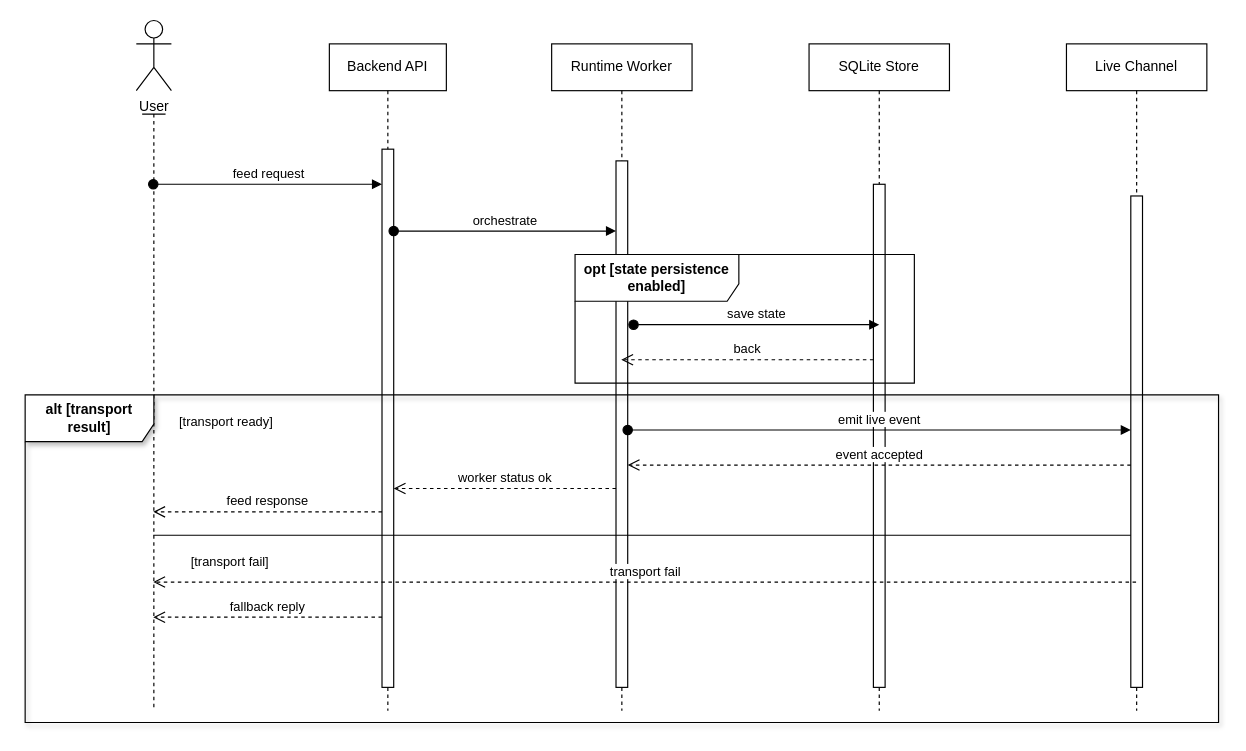
Before: report-latex/figures/drawio/chapter4_sequence.drawio in Salmen-BA21/Queue-Wait-Time-Estimation, a draw.io diagram. Source tidied: cells renumbered, new cells numbered last; positions are measured from the earlier drawing's top-left corner, leaving out a move shared by most shapes. Both pictures are drawn from the tidied source at 117%, with x=0, y=0 at pixel (25, 20).
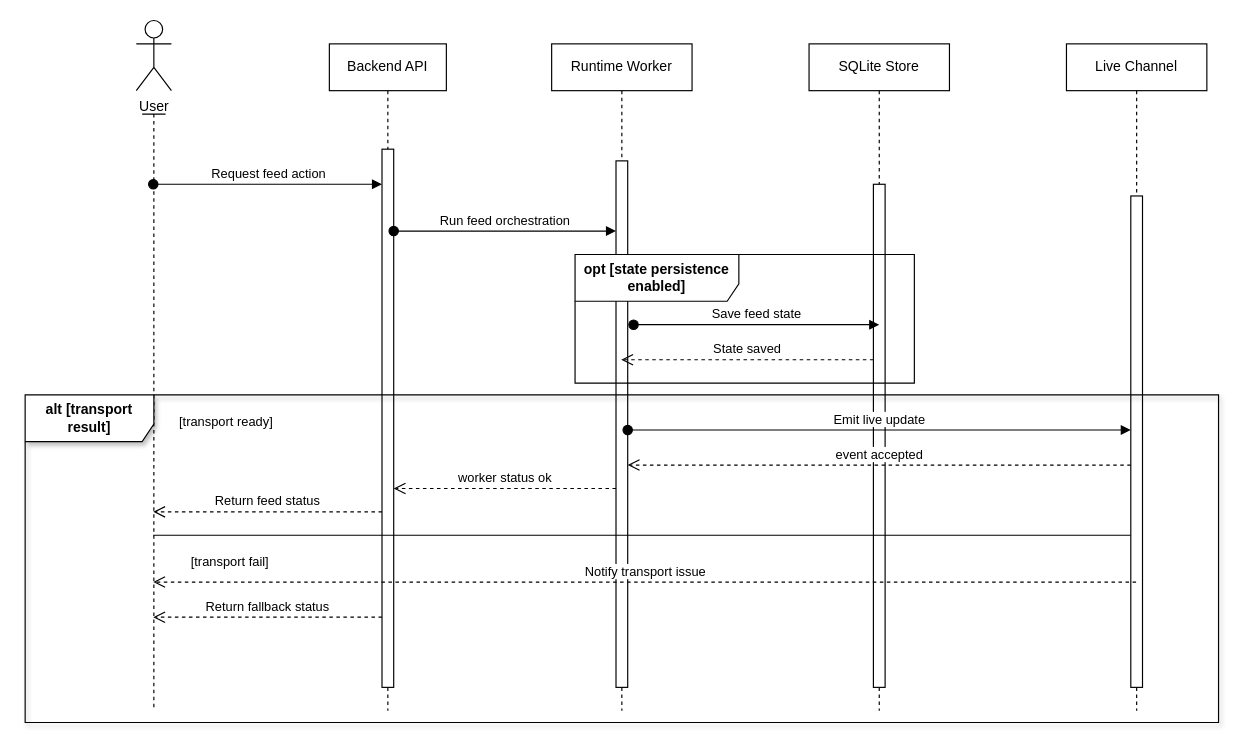
After the change.

Unchanged cells that the change refers to:
```xml
<mxCell id="3" style="html=1;points=[];perimeter=orthogonalPerimeter;outlineConnect=0;targetShapes=umlLifeline;portConstraint=eastwest;newEdgeStyle={&quot;edgeStyle&quot;:&quot;elbowEdgeStyle&quot;,&quot;elbow&quot;:&quot;vertical&quot;,&quot;curved&quot;:0,&quot;rounded&quot;:0};" parent="2" vertex="1">
  <mxGeometry x="45" y="90" width="10" height="460" as="geometry" />
</mxCell>
<mxCell id="4" value="Runtime Worker" style="shape=umlLifeline;perimeter=lifelinePerimeter;whiteSpace=wrap;html=1;outlineConnect=0;portConstraint=eastwest;newEdgeStyle={&quot;edgeStyle&quot;:&quot;elbowEdgeStyle&quot;,&quot;elbow&quot;:&quot;vertical&quot;,&quot;curved&quot;:0,&quot;rounded&quot;:0};" parent="1" vertex="1">
  <mxGeometry x="450" y="20" width="120" height="570" as="geometry" />
</mxCell>
<mxCell id="5" style="html=1;points=[];perimeter=orthogonalPerimeter;outlineConnect=0;targetShapes=umlLifeline;portConstraint=eastwest;newEdgeStyle={&quot;edgeStyle&quot;:&quot;elbowEdgeStyle&quot;,&quot;elbow&quot;:&quot;vertical&quot;,&quot;curved&quot;:0,&quot;rounded&quot;:0};" parent="4" vertex="1">
  <mxGeometry x="55" y="100" width="10" height="450" as="geometry" />
</mxCell>
<mxCell id="7" style="html=1;points=[];perimeter=orthogonalPerimeter;outlineConnect=0;targetShapes=umlLifeline;portConstraint=eastwest;newEdgeStyle={&quot;edgeStyle&quot;:&quot;elbowEdgeStyle&quot;,&quot;elbow&quot;:&quot;vertical&quot;,&quot;curved&quot;:0,&quot;rounded&quot;:0};" parent="6" vertex="1">
  <mxGeometry x="55" y="120" width="10" height="430" as="geometry" />
</mxCell>
<mxCell id="8" value="Live Channel" style="shape=umlLifeline;perimeter=lifelinePerimeter;whiteSpace=wrap;html=1;outlineConnect=0;portConstraint=eastwest;newEdgeStyle={&quot;edgeStyle&quot;:&quot;elbowEdgeStyle&quot;,&quot;elbow&quot;:&quot;vertical&quot;,&quot;curved&quot;:0,&quot;rounded&quot;:0};" parent="1" vertex="1">
  <mxGeometry x="890" y="20" width="120" height="570" as="geometry" />
</mxCell>
<mxCell id="9" style="html=1;points=[];perimeter=orthogonalPerimeter;outlineConnect=0;targetShapes=umlLifeline;portConstraint=eastwest;newEdgeStyle={&quot;edgeStyle&quot;:&quot;elbowEdgeStyle&quot;,&quot;elbow&quot;:&quot;vertical&quot;,&quot;curved&quot;:0,&quot;rounded&quot;:0};" parent="8" vertex="1">
  <mxGeometry x="55" y="130" width="10" height="420" as="geometry" />
</mxCell>
<mxCell id="24" style="shape=umlLifeline;perimeter=lifelinePerimeter;whiteSpace=wrap;html=1;outlineConnect=0;portConstraint=eastwest;newEdgeStyle={&quot;curved&quot;:0,&quot;rounded&quot;:0};participant=umlActor;size=0;" parent="1" vertex="1">
  <mxGeometry x="100" y="80" width="20" height="510" as="geometry" />
</mxCell>
```

Diff of the diagram source:
```diff
@@
-    <mxCell id="10" value="feed request" style="html=1;verticalAlign=bottom;startArrow=oval;endArrow=block;startSize=8;edgeStyle=elbowEdgeStyle;elbow=vertical;curved=0;rounded=0;" parent="1" edge="1" source="24" target="3">
+    <mxCell id="10" value="Request feed action" style="html=1;verticalAlign=bottom;startArrow=oval;endArrow=block;startSize=8;edgeStyle=elbowEdgeStyle;elbow=vertical;curved=0;rounded=0;" parent="1" edge="1" source="24" target="3">
       <mxGeometry relative="1" as="geometry">
         <Array as="points">
           <mxPoint x="230" y="140" />
         </Array>
       </mxGeometry>
     </mxCell>
-    <mxCell id="11" value="orchestrate" style="html=1;verticalAlign=bottom;startArrow=oval;endArrow=block;startSize=8;edgeStyle=elbowEdgeStyle;elbow=vertical;curved=0;rounded=0;" parent="1" edge="1" source="3" target="5">
+    <mxCell id="11" value="Run feed orchestration" style="html=1;verticalAlign=bottom;startArrow=oval;endArrow=block;startSize=8;edgeStyle=elbowEdgeStyle;elbow=vertical;curved=0;rounded=0;" parent="1" edge="1" source="3" target="5">
       <mxGeometry relative="1" as="geometry">
         <Array as="points">
           <mxPoint x="410" y="180" />
         </Array>
       </mxGeometry>
     </mxCell>
-    <mxCell id="12" value="save state" style="html=1;verticalAlign=bottom;startArrow=oval;endArrow=block;startSize=8;edgeStyle=elbowEdgeStyle;elbow=vertical;curved=0;rounded=0;" parent="1" edge="1">
+    <mxCell id="12" value="Save feed state" style="html=1;verticalAlign=bottom;startArrow=oval;endArrow=block;startSize=8;edgeStyle=elbowEdgeStyle;elbow=vertical;curved=0;rounded=0;" parent="1" edge="1">
       <mxGeometry relative="1" as="geometry">
         <mxPoint x="520" y="260" as="sourcePoint" />
         <mxPoint x="730" y="260" as="targetPoint" />
       </mxGeometry>
     </mxCell>
-    <mxCell id="13" value="back" style="html=1;verticalAlign=bottom;endArrow=open;dashed=1;endSize=8;edgeStyle=elbowEdgeStyle;elbow=vertical;curved=0;rounded=0;" parent="1" edge="1" source="7" target="4">
+    <mxCell id="13" value="State saved" style="html=1;verticalAlign=bottom;endArrow=open;dashed=1;endSize=8;edgeStyle=elbowEdgeStyle;elbow=vertical;curved=0;rounded=0;" parent="1" edge="1" source="7" target="4">
       <mxGeometry relative="1" as="geometry">
         <Array as="points">
           <mxPoint x="660" y="290" />
         </Array>
       </mxGeometry>
     </mxCell>
-    <mxCell id="14" value="emit live event" style="html=1;verticalAlign=bottom;startArrow=oval;endArrow=block;startSize=8;edgeStyle=elbowEdgeStyle;elbow=vertical;curved=0;rounded=0;" parent="1" edge="1" source="5" target="9">
+    <mxCell id="14" value="Emit live update" style="html=1;verticalAlign=bottom;startArrow=oval;endArrow=block;startSize=8;edgeStyle=elbowEdgeStyle;elbow=vertical;curved=0;rounded=0;" parent="1" edge="1" source="5" target="9">
       <mxGeometry relative="1" as="geometry">
         <Array as="points">
           <mxPoint x="650" y="350" />
         </Array>
       </mxGeometry>
     </mxCell>
-    <mxCell id="15" value="feed response" style="html=1;verticalAlign=bottom;endArrow=open;dashed=1;endSize=8;edgeStyle=elbowEdgeStyle;elbow=vertical;curved=0;rounded=0;" parent="1" edge="1" source="3" target="24">
+    <mxCell id="15" value="Return feed status" style="html=1;verticalAlign=bottom;endArrow=open;dashed=1;endSize=8;edgeStyle=elbowEdgeStyle;elbow=vertical;curved=0;rounded=0;" parent="1" edge="1" source="3" target="24">
       <mxGeometry relative="1" as="geometry">
         <Array as="points">
           <mxPoint x="270" y="420" />
           <mxPoint x="260" y="410" />
           <mxPoint x="220" y="390" />
           <mxPoint x="210" y="350" />
         </Array>
       </mxGeometry>
     </mxCell>
-    <mxCell id="16" value="transport fail" style="html=1;verticalAlign=bottom;endArrow=open;dashed=1;endSize=8;edgeStyle=elbowEdgeStyle;elbow=vertical;curved=0;rounded=0;" parent="1" edge="1" source="8" target="24">
+    <mxCell id="16" value="Notify transport issue" style="html=1;verticalAlign=bottom;endArrow=open;dashed=1;endSize=8;edgeStyle=elbowEdgeStyle;elbow=vertical;curved=0;rounded=0;" parent="1" edge="1" source="8" target="24">
       <mxGeometry relative="1" as="geometry">
         <Array as="points">
           <mxPoint x="595" y="480" />
         </Array>
       </mxGeometry>
     </mxCell>
-    <mxCell id="17" value="fallback reply" style="html=1;verticalAlign=bottom;endArrow=open;dashed=1;endSize=8;edgeStyle=elbowEdgeStyle;elbow=vertical;curved=0;rounded=0;" parent="1" edge="1" source="3" target="24">
+    <mxCell id="17" value="Return fallback status" style="html=1;verticalAlign=bottom;endArrow=open;dashed=1;endSize=8;edgeStyle=elbowEdgeStyle;elbow=vertical;curved=0;rounded=0;" parent="1" edge="1" source="3" target="24">
       <mxGeometry relative="1" as="geometry">
         <Array as="points">
           <mxPoint x="240" y="510" />
         </Array>
       </mxGeometry>
     </mxCell>
```
